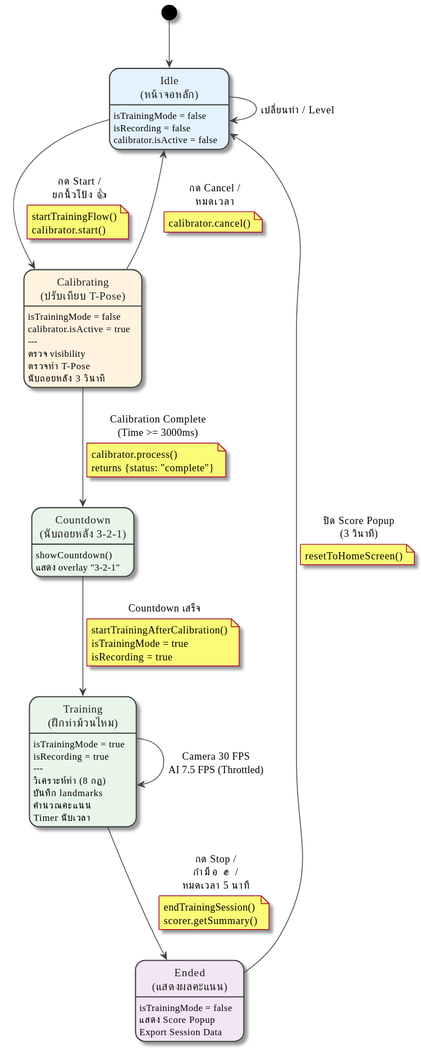
Before: out/docs/diagrams/StateDiagram_TrainingSession/StateDiagram_TrainingSession.svg, a diagram exported from PlantUML (vyut/TaijiFlow).
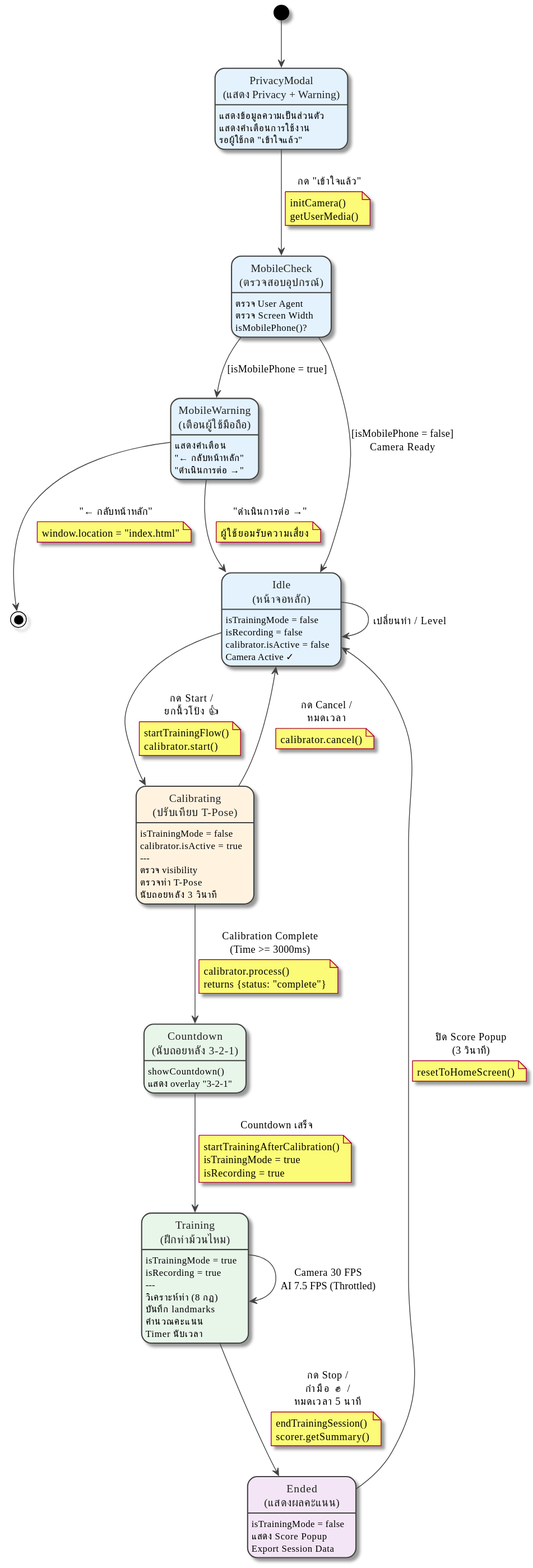
Above is the later version.

What changed in the source:
```diff
@@ -18,12 +18,31 @@
 }
 
 
-[*] --> Idle
+[*] --> PrivacyModal
+
+state "PrivacyModal\n(แสดง Privacy + Warning)" as PrivacyModal <<idle>> {
+    PrivacyModal : แสดงข้อมูลความเป็นส่วนตัว
+    PrivacyModal : แสดงคำเตือนการใช้งาน
+    PrivacyModal : รอผู้ใช้กด "เข้าใจแล้ว"
+}
+
+state "MobileCheck\n(ตรวจสอบอุปกรณ์)" as MobileCheck <<idle>> {
+    MobileCheck : ตรวจ User Agent
+    MobileCheck : ตรวจ Screen Width
+    MobileCheck : isMobilePhone()?
+}
+
+state "MobileWarning\n(เตือนผู้ใช้มือถือ)" as MobileWarning <<idle>> {
+    MobileWarning : แสดงคำเตือน
+    MobileWarning : "← กลับหน้าหลัก"
+    MobileWarning : "ดำเนินการต่อ →"
+}
 
 state "Idle\n(หน้าจอหลัก)" as Idle <<idle>> {
     Idle : isTrainingMode = false
     Idle : isRecording = false
     Idle : calibrator.isActive = false
+    Idle : Camera Active ✓
 }
 
 state "Calibrating\n(ปรับเทียบ T-Pose)" as Calibrating <<calibrating>> {
@@ -56,6 +75,25 @@
     Ended : Export Session Data
 }
 
+
+PrivacyModal --> MobileCheck : กด "เข้าใจแล้ว"
+note on link
+    initCamera()
+    getUserMedia()
+end note
+
+MobileCheck --> MobileWarning : [isMobilePhone = true]
+MobileCheck --> Idle : [isMobilePhone = false]\nCamera Ready
+
+MobileWarning --> Idle : "ดำเนินการต่อ →"
+note on link
+    ผู้ใช้ยอมรับความเสี่ยง
+end note
+
+MobileWarning --> [*] : "← กลับหน้าหลัก"
+note on link
+    window.location = "index.html"
+end note
 
 Idle --> Calibrating : กด Start /\nยกนิ้วโป้ง 👍
 note on link
```
